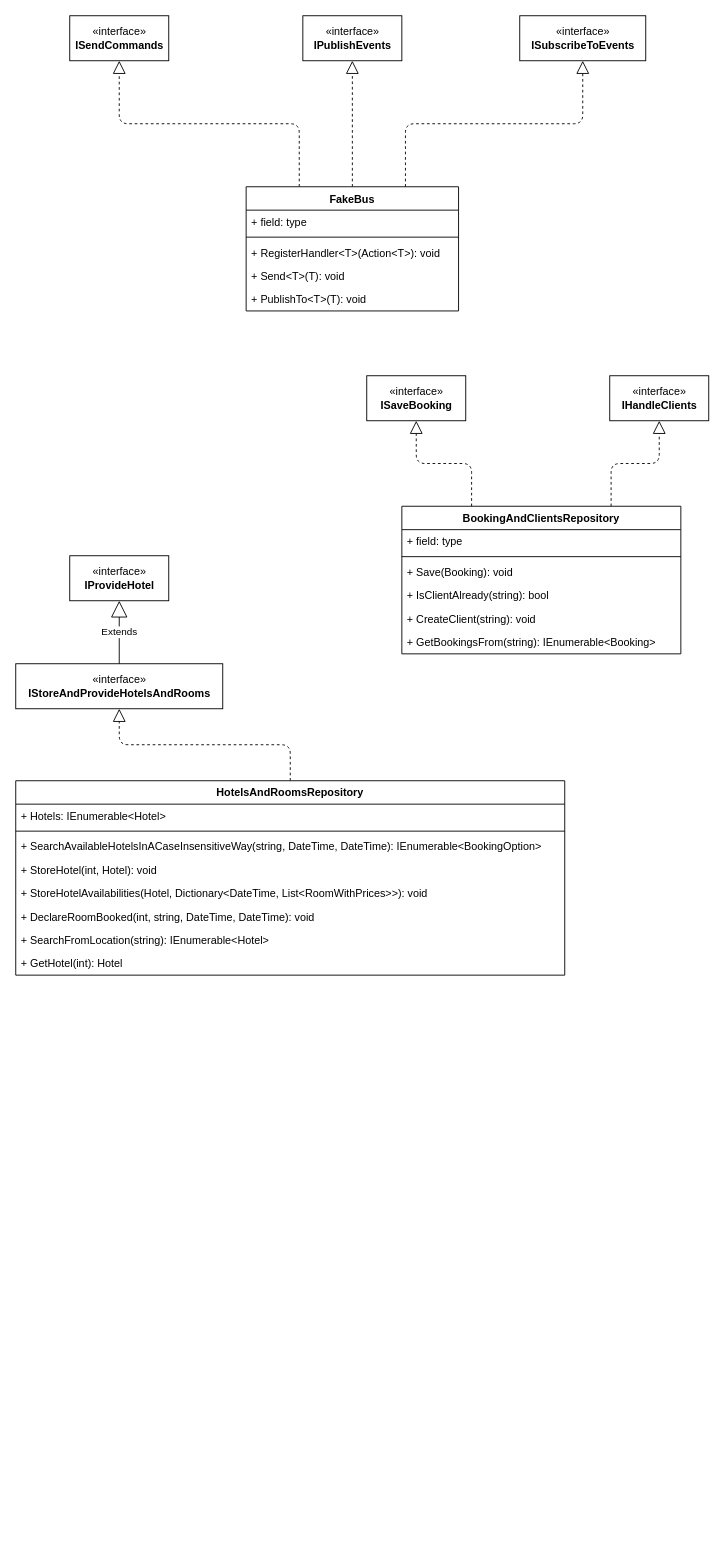
The draw.io diagram page "Infra" (2 of 2) of BookARoom.drawio in rasert/kata.cqrs, before the edit. Source tidied: cells renumbered, new cells numbered last; positions are measured from the earlier drawing's top-left corner, leaving out a move shared by most shapes. Both pictures are drawn from the tidied source at 90%, with x=0, y=0 at pixel (15, 15).
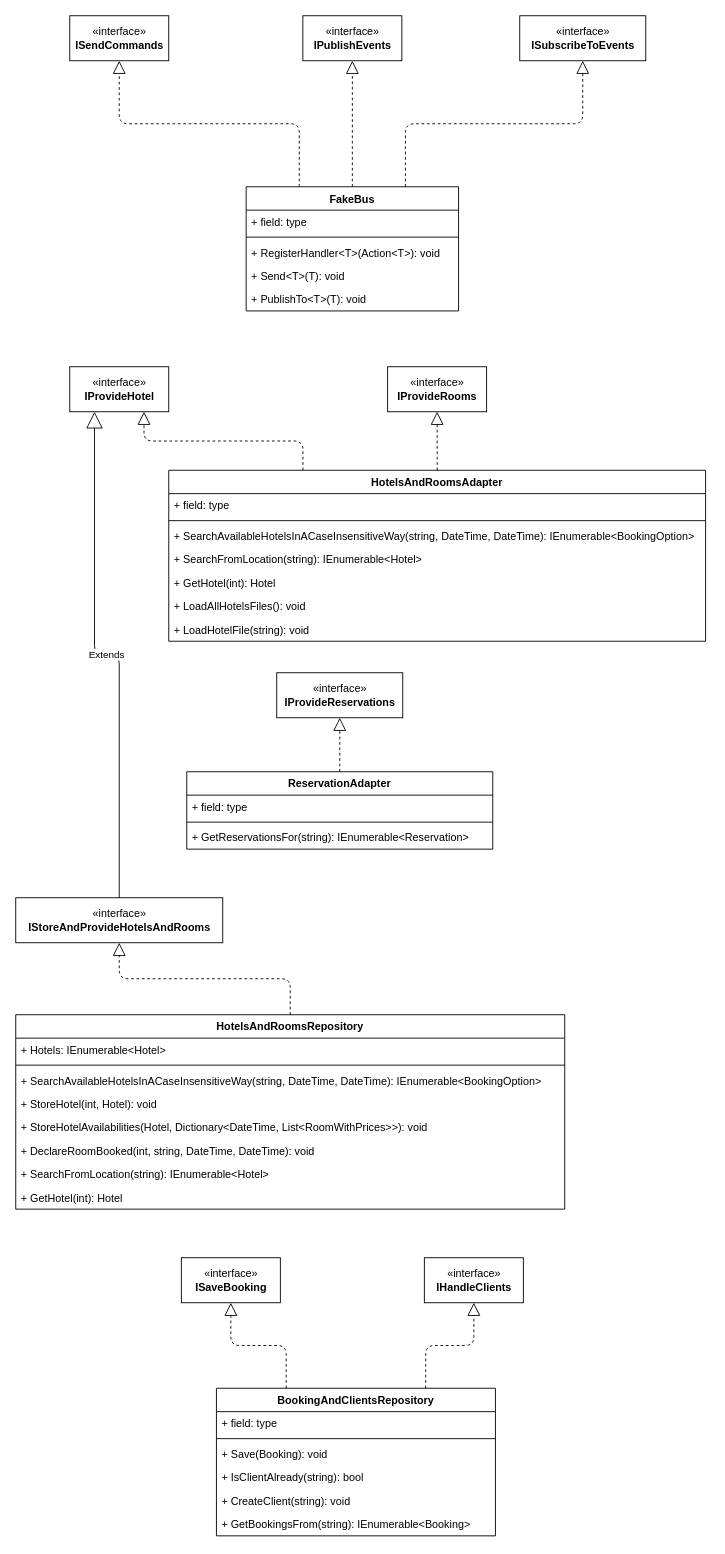
After the change.

Commit message:
Finished infra class diagram

The edit, as a diff of the source:
```diff
@@
     <mxCell id="14" value="«interface»&lt;br&gt;&lt;b&gt;IProvideHotel&lt;br&gt;&lt;/b&gt;" style="html=1;" parent="1" vertex="1">
-      <mxGeometry x="60" y="600" width="110" height="50" as="geometry" />
+      <mxGeometry x="60" y="390" width="110" height="50" as="geometry" />
     </mxCell>
     <mxCell id="15" value="«interface»&lt;br&gt;&lt;b&gt;IStoreAndProvideHotelsAndRooms&lt;/b&gt;" style="html=1;" parent="1" vertex="1">
-      <mxGeometry y="720" width="230" height="50" as="geometry" />
+      <mxGeometry y="980" width="230" height="50" as="geometry" />
     </mxCell>
-    <mxCell id="16" value="Extends" style="endArrow=block;endSize=16;endFill=0;html=1;entryX=0.5;entryY=1;entryDx=0;entryDy=0;exitX=0.5;exitY=0;exitDx=0;exitDy=0;" parent="1" edge="1" source="15" target="14">
+    <mxCell id="16" value="Extends" style="endArrow=block;endSize=16;endFill=0;html=1;entryX=0.25;entryY=1;entryDx=0;entryDy=0;exitX=0.5;exitY=0;exitDx=0;exitDy=0;edgeStyle=orthogonalEdgeStyle;" parent="1" edge="1" source="15" target="14">
       <mxGeometry relative="1" as="geometry" />
     </mxCell>
@@
+    <mxCell id="38" value="HotelsAndRoomsAdapter" style="swimlane;fontStyle=1;align=center;verticalAlign=top;horizontal=1;startSize=26;" parent="1" vertex="1">
+      <mxGeometry x="170" y="505" width="596.5" height="190" as="geometry" />
+    </mxCell>
+    <mxCell id="39" value="+ field: type" style="text;strokeColor=none;fillColor=none;align=left;verticalAlign=top;spacingLeft=4;spacingRight=4;overflow=hidden;" parent="38" vertex="1">
+      <mxGeometry y="26" width="596.5" height="26" as="geometry" />
+    </mxCell>
+    <mxCell id="40" style="line;strokeWidth=1;fillColor=none;align=left;verticalAlign=middle;spacingTop=-1;spacingLeft=3;spacingRight=3;labelPosition=right;" parent="38" vertex="1">
+      <mxGeometry y="52" width="596.5" height="8" as="geometry" />
+    </mxCell>
+    <mxCell id="41" value="+ SearchAvailableHotelsInACaseInsensitiveWay(string, DateTime, DateTime): IEnumerable&lt;BookingOption&gt;" style="text;strokeColor=none;fillColor=none;align=left;verticalAlign=top;spacingLeft=4;spacingRight=4;overflow=hidden;" parent="38" vertex="1">
+      <mxGeometry y="60" width="596.5" height="26" as="geometry" />
+    </mxCell>
+    <mxCell id="42" value="+ SearchFromLocation(string): IEnumerable&lt;Hotel&gt;" style="text;strokeColor=none;fillColor=none;align=left;verticalAlign=top;spacingLeft=4;spacingRight=4;overflow=hidden;" parent="38" vertex="1">
+      <mxGeometry y="86" width="596.5" height="26" as="geometry" />
+    </mxCell>
+    <mxCell id="43" value="+ GetHotel(int): Hotel" style="text;strokeColor=none;fillColor=none;align=left;verticalAlign=top;spacingLeft=4;spacingRight=4;overflow=hidden;" parent="38" vertex="1">
+      <mxGeometry y="112" width="596.5" height="26" as="geometry" />
+    </mxCell>
+    <mxCell id="44" value="+ LoadAllHotelsFiles(): void" style="text;strokeColor=none;fillColor=none;align=left;verticalAlign=top;spacingLeft=4;spacingRight=4;overflow=hidden;" parent="38" vertex="1">
+      <mxGeometry y="138" width="596.5" height="26" as="geometry" />
+    </mxCell>
+    <mxCell id="45" value="+ LoadHotelFile(string): void" style="text;strokeColor=none;fillColor=none;align=left;verticalAlign=top;spacingLeft=4;spacingRight=4;overflow=hidden;" parent="38" vertex="1">
+      <mxGeometry y="164" width="596.5" height="26" as="geometry" />
+    </mxCell>
+    <mxCell id="46" value="ReservationAdapter" style="swimlane;fontStyle=1;align=center;verticalAlign=top;horizontal=1;startSize=26;" parent="1" vertex="1">
+      <mxGeometry x="190" y="840" width="340" height="86" as="geometry" />
+    </mxCell>
+    <mxCell id="47" value="+ field: type" style="text;strokeColor=none;fillColor=none;align=left;verticalAlign=top;spacingLeft=4;spacingRight=4;overflow=hidden;" parent="46" vertex="1">
+      <mxGeometry y="26" width="340" height="26" as="geometry" />
+    </mxCell>
+    <mxCell id="48" style="line;strokeWidth=1;fillColor=none;align=left;verticalAlign=middle;spacingTop=-1;spacingLeft=3;spacingRight=3;labelPosition=right;" parent="46" vertex="1">
+      <mxGeometry y="52" width="340" height="8" as="geometry" />
+    </mxCell>
+    <mxCell id="49" value="+ GetReservationsFor(string): IEnumerable&lt;Reservation&gt;" style="text;strokeColor=none;fillColor=none;align=left;verticalAlign=top;spacingLeft=4;spacingRight=4;overflow=hidden;" parent="46" vertex="1">
+      <mxGeometry y="60" width="340" height="26" as="geometry" />
+    </mxCell>
     <mxCell id="18" value="«interface»&lt;br&gt;&lt;b&gt;ISaveBooking&lt;/b&gt;" style="html=1;" parent="1" vertex="1">
-      <mxGeometry x="390" y="400" width="110" height="50" as="geometry" />
+      <mxGeometry x="184" y="1380" width="110" height="50" as="geometry" />
     </mxCell>
     <mxCell id="19" value="«interface»&lt;br&gt;&lt;b&gt;IHandleClients&lt;/b&gt;" style="html=1;" parent="1" vertex="1">
-      <mxGeometry x="660" y="400" width="110" height="50" as="geometry" />
+      <mxGeometry x="454" y="1380" width="110" height="50" as="geometry" />
     </mxCell>
@@
+    <mxCell id="50" value="«interface»&lt;br&gt;&lt;b&gt;IProvideRooms&lt;/b&gt;" style="html=1;" parent="1" vertex="1">
+      <mxGeometry x="413.2" y="390" width="110" height="50" as="geometry" />
+    </mxCell>
+    <mxCell id="51" style="endArrow=block;dashed=1;endFill=0;endSize=12;html=1;entryX=0.75;entryY=1;entryDx=0;entryDy=0;exitX=0.25;exitY=0;exitDx=0;exitDy=0;edgeStyle=orthogonalEdgeStyle;" parent="1" edge="1" source="38" target="14">
+      <mxGeometry relative="1" as="geometry" />
+    </mxCell>
+    <mxCell id="52" style="endArrow=block;dashed=1;endFill=0;endSize=12;html=1;entryX=0.5;entryY=1;entryDx=0;entryDy=0;exitX=0.5;exitY=0;exitDx=0;exitDy=0;" parent="1" edge="1" source="38" target="50">
+      <mxGeometry relative="1" as="geometry" />
+    </mxCell>
     <mxCell id="22" value="HotelsAndRoomsRepository" style="swimlane;fontStyle=1;align=center;verticalAlign=top;horizontal=1;startSize=26;" parent="1" vertex="1">
-      <mxGeometry y="850" width="610" height="216" as="geometry" />
+      <mxGeometry y="1110" width="610" height="216" as="geometry" />
     </mxCell>
@@
+    <mxCell id="53" value="«interface»&lt;br&gt;&lt;b&gt;IProvideReservations&lt;/b&gt;" style="html=1;" parent="1" vertex="1">
+      <mxGeometry x="290" y="730" width="140" height="50" as="geometry" />
+    </mxCell>
+    <mxCell id="54" style="endArrow=block;dashed=1;endFill=0;endSize=12;html=1;entryX=0.5;entryY=1;entryDx=0;entryDy=0;exitX=0.5;exitY=0;exitDx=0;exitDy=0;" parent="1" edge="1" source="46" target="53">
+      <mxGeometry relative="1" as="geometry" />
+    </mxCell>
     <mxCell id="31" value="BookingAndClientsRepository" style="swimlane;fontStyle=1;align=center;verticalAlign=top;horizontal=1;startSize=26;" parent="1" vertex="1">
-      <mxGeometry x="429" y="545" width="310" height="164" as="geometry" />
+      <mxGeometry x="223" y="1525" width="310" height="164" as="geometry" />
     </mxCell>
```
